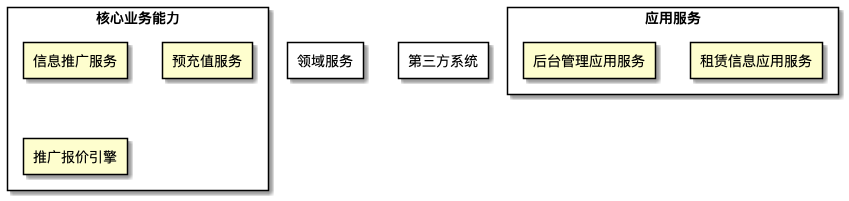
This is images/inter_process_diagram.png from behring/8x-flow-diagram, a PlantUML export, as it was before one commit. Its diagram source:
```plantuml
@startuml
skinparam componentStyle rectangle
skinparam rectangleFontColor black
        rectangle <color:black>应用服务</color> {
   rectangle 租赁信息应用服务
rectangle 租赁信息应用服务
rectangle 后台管理应用服务

}

rectangle <color:black>核心业务能力</color> {
   rectangle 信息推广服务
rectangle 预充值服务

}

rectangle <color:black>领域服务</color> {

}

rectangle <color:black>第三方系统</color> {

}









rectangle <color:black>核心业务能力</color> {
   rectangle 推广报价引擎

}



@enduml
```
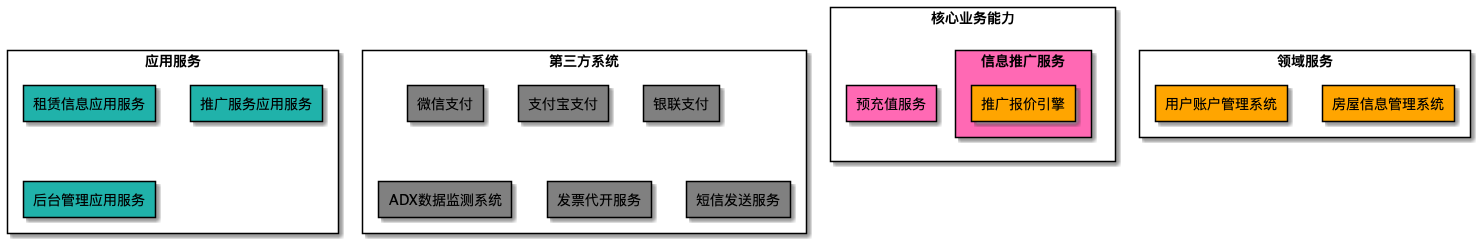
After the change.

Diff of the diagram source:
```diff
@@ -1,25 +1,31 @@
 @startuml
 skinparam componentStyle rectangle
 skinparam rectangleFontColor black
-        rectangle <color:black>应用服务</color> {
-   rectangle 租赁信息应用服务
-rectangle 租赁信息应用服务
-rectangle 后台管理应用服务
-
+        rectangle 应用服务 {
+rectangle 租赁信息应用服务 #LightSeaGreen
+rectangle 推广服务应用服务 #LightSeaGreen
+rectangle 后台管理应用服务 #LightSeaGreen
 }
 
-rectangle <color:black>核心业务能力</color> {
-   rectangle 信息推广服务
-rectangle 预充值服务
-
+rectangle 核心业务能力 {
+rectangle 信息推广服务 #HotPink{
+rectangle 推广报价引擎 #orange
+}
+rectangle 预充值服务 #HotPink
 }
 
-rectangle <color:black>领域服务</color> {
-
+rectangle 领域服务 {
+rectangle 房屋信息管理系统 #orange
+rectangle 用户账户管理系统 #orange
 }
 
-rectangle <color:black>第三方系统</color> {
-
+rectangle 第三方系统 {
+rectangle 微信支付 #gray
+rectangle 支付宝支付 #gray
+rectangle 银联支付 #gray
+rectangle ADX数据监测系统 #gray
+rectangle 发票代开服务 #gray
+rectangle 短信发送服务 #gray
 }
 
 
@@ -30,10 +36,22 @@
 
 
 
-rectangle <color:black>核心业务能力</color> {
-   rectangle 推广报价引擎
 
-}
+
+
+
+
+
+
+
+
+
+
+
+
+
+
+
 
 
 
```
